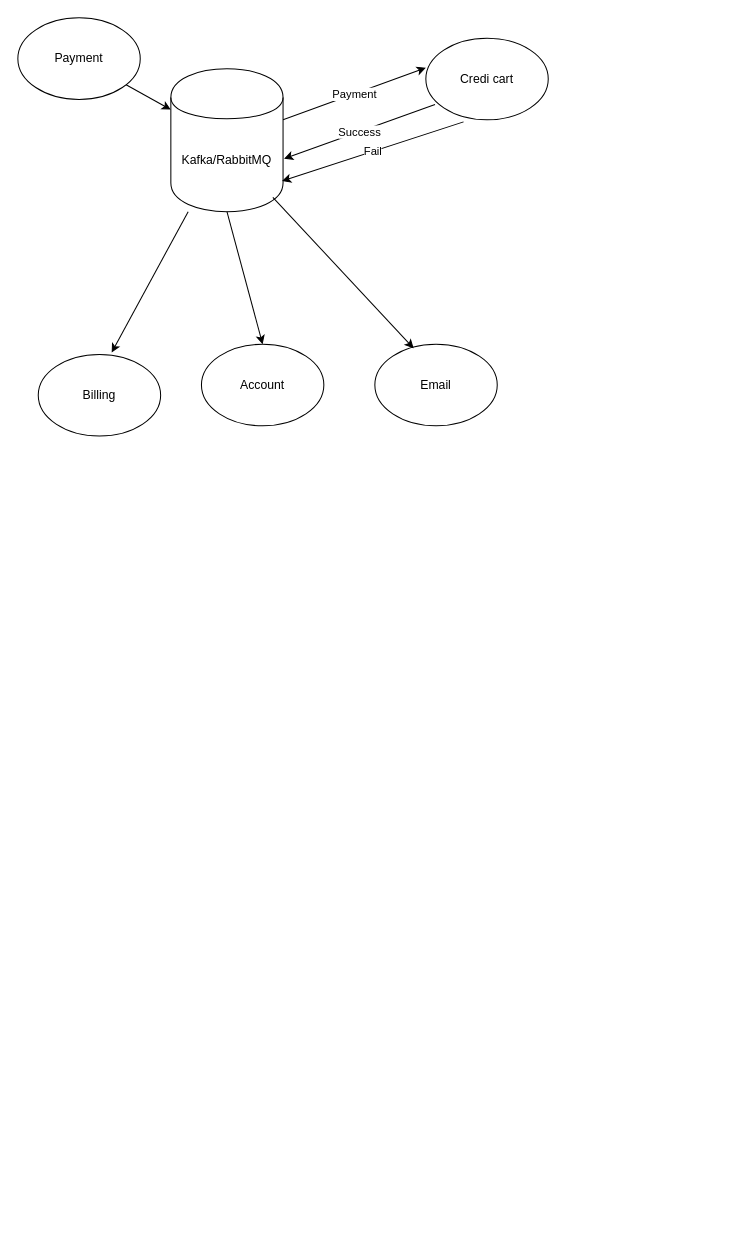
prai-git/upload keeps this draw.io diagram as page "Page-1" (1 of 2) of Untitled Diagram.drawio. Above is the earlier version. Source tidied: cells renumbered, new cells numbered last; positions are measured from the earlier drawing's top-left corner, leaving out a move shared by most shapes. Both pictures are drawn from the tidied source at 102%, with x=0, y=0 at pixel (17, 17).
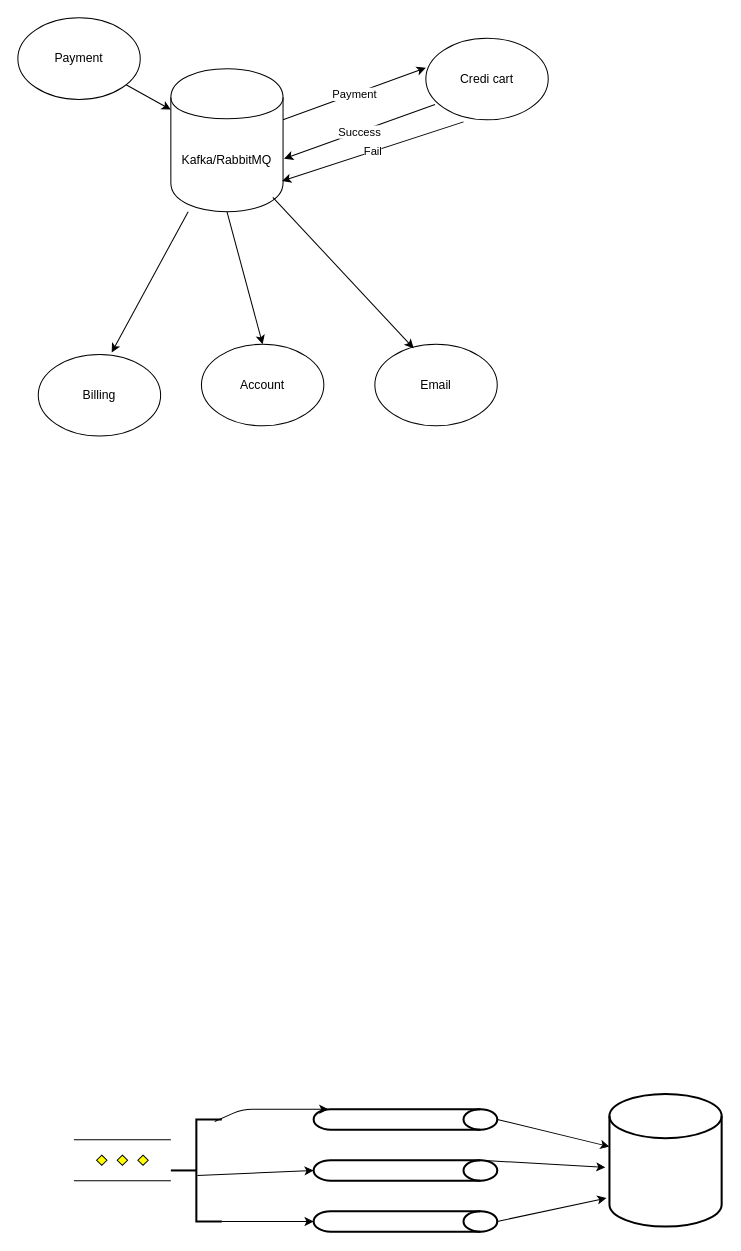
The same page after the edit.

The edit, as a diff of the source:
```diff
@@
+    <mxCell id="15" style="verticalLabelPosition=bottom;verticalAlign=top;html=1;shape=mxgraph.flowchart.parallel_mode;" parent="1" vertex="1">
+      <mxGeometry x="55" y="1100" width="95" height="40" as="geometry" />
+    </mxCell>
+    <mxCell id="16" style="strokeWidth=2;html=1;shape=mxgraph.flowchart.annotation_2;align=left;labelPosition=right;" parent="1" vertex="1">
+      <mxGeometry x="150" y="1080" width="50" height="100" as="geometry" />
+    </mxCell>
+    <mxCell id="17" style="strokeWidth=2;html=1;shape=mxgraph.flowchart.direct_data;whiteSpace=wrap;" parent="1" vertex="1">
+      <mxGeometry x="290" y="1070" width="180" height="20" as="geometry" />
+    </mxCell>
+    <mxCell id="18" style="strokeWidth=2;html=1;shape=mxgraph.flowchart.direct_data;whiteSpace=wrap;" parent="1" vertex="1">
+      <mxGeometry x="290" y="1170" width="180" height="20" as="geometry" />
+    </mxCell>
+    <mxCell id="19" style="strokeWidth=2;html=1;shape=mxgraph.flowchart.direct_data;whiteSpace=wrap;" parent="1" vertex="1">
+      <mxGeometry x="290" y="1120" width="180" height="20" as="geometry" />
+    </mxCell>
+    <mxCell id="20" style="strokeWidth=2;html=1;shape=mxgraph.flowchart.database;whiteSpace=wrap;" parent="1" vertex="1">
+      <mxGeometry x="580" y="1055" width="110" height="130" as="geometry" />
+    </mxCell>
+    <mxCell id="21" style="endArrow=classic;html=1;entryX=0.08;entryY=0;entryDx=0;entryDy=0;entryPerimeter=0;exitX=0.86;exitY=0.02;exitDx=0;exitDy=0;exitPerimeter=0;" parent="1" edge="1" source="16" target="17">
+      <mxGeometry relative="1" as="geometry">
+        <Array as="points">
+          <mxPoint x="220" y="1070" />
+        </Array>
+      </mxGeometry>
+    </mxCell>
+    <mxCell id="22" style="endArrow=classic;html=1;entryX=0;entryY=0.5;entryDx=0;entryDy=0;entryPerimeter=0;exitX=0.52;exitY=0.55;exitDx=0;exitDy=0;exitPerimeter=0;" parent="1" edge="1" source="16" target="19">
+      <mxGeometry relative="1" as="geometry" />
+    </mxCell>
+    <mxCell id="23" style="endArrow=classic;html=1;exitX=1;exitY=1;exitDx=0;exitDy=0;exitPerimeter=0;" parent="1" edge="1" source="16" target="18">
+      <mxGeometry relative="1" as="geometry" />
+    </mxCell>
+    <mxCell id="24" style="endArrow=classic;html=1;exitX=1;exitY=0.5;exitDx=0;exitDy=0;exitPerimeter=0;" parent="1" edge="1" source="17" target="20">
+      <mxGeometry relative="1" as="geometry" />
+    </mxCell>
+    <mxCell id="25" style="endArrow=classic;html=1;exitX=0.91;exitY=0;exitDx=0;exitDy=0;exitPerimeter=0;entryX=-0.036;entryY=0.554;entryDx=0;entryDy=0;entryPerimeter=0;" parent="1" edge="1" source="19" target="20">
+      <mxGeometry relative="1" as="geometry" />
+    </mxCell>
+    <mxCell id="26" style="endArrow=classic;html=1;exitX=1;exitY=0.5;exitDx=0;exitDy=0;exitPerimeter=0;entryX=-0.027;entryY=0.785;entryDx=0;entryDy=0;entryPerimeter=0;" parent="1" edge="1" source="18" target="20">
+      <mxGeometry relative="1" as="geometry" />
+    </mxCell>
```
